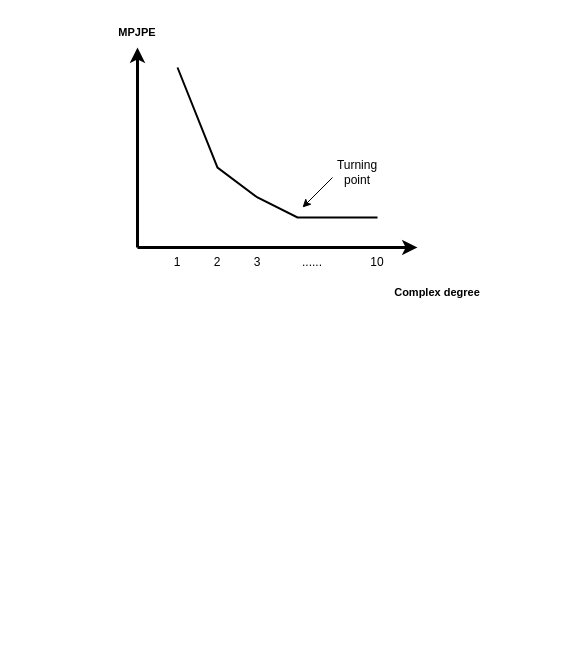
Earlier version of the draw.io diagram complex_degree.drawio (delaprada/draw.io). Source tidied: cells renumbered, new cells numbered last; positions are measured from the earlier drawing's top-left corner, leaving out a move shared by most shapes. Both pictures are drawn from the tidied source at 100%, with x=0, y=0 at pixel (107, 17).
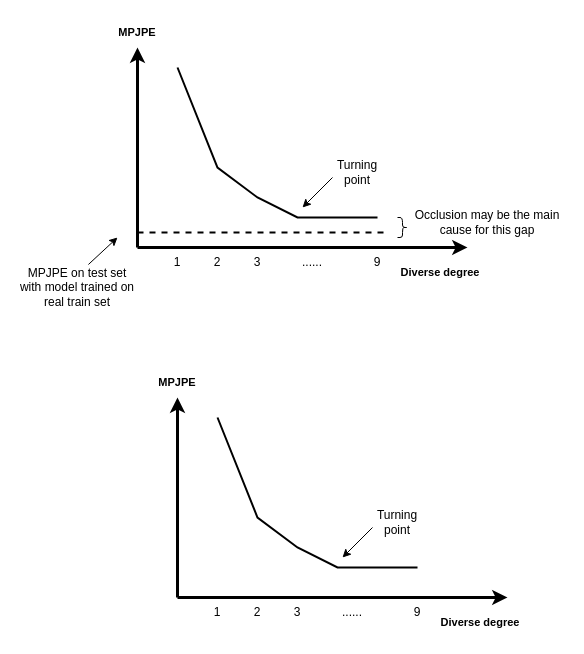
Above is the later version.

Change to the diagram source:
```diff
@@
     <mxCell id="3" style="endArrow=classic;html=1;rounded=0;strokeWidth=3;" parent="1" edge="1">
       <mxGeometry relative="1" as="geometry">
         <mxPoint x="30" y="230" as="sourcePoint" />
-        <mxPoint x="310" y="230" as="targetPoint" />
+        <mxPoint x="360" y="230" as="targetPoint" />
       </mxGeometry>
     </mxCell>
@@
-    <mxCell id="5" value="&lt;span style=&quot;font-size: 11px;&quot;&gt;&lt;b&gt;Complex degree&lt;/b&gt;&lt;/span&gt;" style="text;html=1;strokeColor=none;fillColor=none;align=center;verticalAlign=middle;whiteSpace=wrap;rounded=0;" parent="1" vertex="1">
-      <mxGeometry x="280" y="260" width="100" height="30" as="geometry" />
+    <mxCell id="5" value="&lt;span style=&quot;font-size: 11px;&quot;&gt;&lt;b&gt;Diverse degree&lt;/b&gt;&lt;/span&gt;" style="text;html=1;strokeColor=none;fillColor=none;align=center;verticalAlign=middle;whiteSpace=wrap;rounded=0;" parent="1" vertex="1">
+      <mxGeometry x="283" y="240" width="100" height="30" as="geometry" />
     </mxCell>
@@
-    <mxCell id="11" value="10" style="text;html=1;strokeColor=none;fillColor=none;align=center;verticalAlign=middle;whiteSpace=wrap;rounded=0;" parent="1" vertex="1">
+    <mxCell id="11" value="9" style="text;html=1;strokeColor=none;fillColor=none;align=center;verticalAlign=middle;whiteSpace=wrap;rounded=0;" parent="1" vertex="1">
       <mxGeometry x="260" y="230" width="20" height="30" as="geometry" />
     </mxCell>
@@
+    <mxCell id="14" style="endArrow=none;dashed=1;html=1;rounded=0;strokeWidth=2;" parent="1" edge="1">
+      <mxGeometry relative="1" as="geometry">
+        <mxPoint x="30" y="215" as="sourcePoint" />
+        <mxPoint x="280" y="215" as="targetPoint" />
+      </mxGeometry>
+    </mxCell>
+    <mxCell id="15" style="endArrow=classic;html=1;rounded=0;exitX=0.591;exitY=-0.075;exitDx=0;exitDy=0;exitPerimeter=0;" parent="1" edge="1" source="16">
+      <mxGeometry relative="1" as="geometry">
+        <mxPoint x="10" y="220" as="targetPoint" />
+      </mxGeometry>
+    </mxCell>
+    <mxCell id="16" value="MPJPE on test set with model trained on real train set" style="text;html=1;strokeColor=none;fillColor=none;align=center;verticalAlign=middle;whiteSpace=wrap;rounded=0;" parent="1" vertex="1">
+      <mxGeometry x="-90" y="250" width="120" height="40" as="geometry" />
+    </mxCell>
+    <mxCell id="17" style="shape=curlyBracket;whiteSpace=wrap;html=1;rounded=1;flipH=1;labelPosition=right;verticalLabelPosition=middle;align=left;verticalAlign=middle;" parent="1" vertex="1">
+      <mxGeometry x="290" y="200" width="10" height="20" as="geometry" />
+    </mxCell>
+    <mxCell id="18" value="Occlusion may be the main cause for this gap" style="text;html=1;strokeColor=none;fillColor=none;align=center;verticalAlign=middle;whiteSpace=wrap;rounded=0;" parent="1" vertex="1">
+      <mxGeometry x="300" y="190" width="160" height="30" as="geometry" />
+    </mxCell>
+    <mxCell id="19" style="endArrow=classic;html=1;rounded=0;strokeWidth=3;" parent="1" edge="1">
+      <mxGeometry relative="1" as="geometry">
+        <mxPoint x="70" y="580" as="sourcePoint" />
+        <mxPoint x="70" y="380" as="targetPoint" />
+      </mxGeometry>
+    </mxCell>
+    <mxCell id="20" style="endArrow=classic;html=1;rounded=0;strokeWidth=3;" parent="1" edge="1">
+      <mxGeometry relative="1" as="geometry">
+        <mxPoint x="70" y="580" as="sourcePoint" />
+        <mxPoint x="400" y="580" as="targetPoint" />
+      </mxGeometry>
+    </mxCell>
+    <mxCell id="21" value="&lt;font style=&quot;font-size: 11px;&quot;&gt;&lt;b&gt;MPJPE&lt;/b&gt;&lt;/font&gt;" style="text;html=1;strokeColor=none;fillColor=none;align=center;verticalAlign=middle;whiteSpace=wrap;rounded=0;" parent="1" vertex="1">
+      <mxGeometry x="40" y="350" width="60" height="30" as="geometry" />
+    </mxCell>
+    <mxCell id="22" value="&lt;span style=&quot;font-size: 11px;&quot;&gt;&lt;b&gt;Diverse degree&lt;/b&gt;&lt;/span&gt;" style="text;html=1;strokeColor=none;fillColor=none;align=center;verticalAlign=middle;whiteSpace=wrap;rounded=0;" parent="1" vertex="1">
+      <mxGeometry x="323" y="590" width="100" height="30" as="geometry" />
+    </mxCell>
+    <mxCell id="23" style="endArrow=none;html=1;rounded=0;strokeWidth=2;" parent="1" edge="1">
+      <mxGeometry relative="1" as="geometry">
+        <mxPoint x="310" y="550" as="sourcePoint" />
+        <mxPoint x="110" y="400" as="targetPoint" />
+        <Array as="points">
+          <mxPoint x="230" y="550" />
+          <mxPoint x="190" y="530" />
+          <mxPoint x="150" y="500" />
+        </Array>
+      </mxGeometry>
+    </mxCell>
+    <mxCell id="24" value="1" style="text;html=1;strokeColor=none;fillColor=none;align=center;verticalAlign=middle;whiteSpace=wrap;rounded=0;" parent="1" vertex="1">
+      <mxGeometry x="100" y="580" width="20" height="30" as="geometry" />
+    </mxCell>
+    <mxCell id="25" value="2" style="text;html=1;strokeColor=none;fillColor=none;align=center;verticalAlign=middle;whiteSpace=wrap;rounded=0;" parent="1" vertex="1">
+      <mxGeometry x="140" y="580" width="20" height="30" as="geometry" />
+    </mxCell>
+    <mxCell id="26" value="3" style="text;html=1;strokeColor=none;fillColor=none;align=center;verticalAlign=middle;whiteSpace=wrap;rounded=0;" parent="1" vertex="1">
+      <mxGeometry x="180" y="580" width="20" height="30" as="geometry" />
+    </mxCell>
+    <mxCell id="27" value="......" style="text;html=1;strokeColor=none;fillColor=none;align=center;verticalAlign=middle;whiteSpace=wrap;rounded=0;" parent="1" vertex="1">
+      <mxGeometry x="230" y="580" width="30" height="30" as="geometry" />
+    </mxCell>
+    <mxCell id="28" value="9" style="text;html=1;strokeColor=none;fillColor=none;align=center;verticalAlign=middle;whiteSpace=wrap;rounded=0;" parent="1" vertex="1">
+      <mxGeometry x="300" y="580" width="20" height="30" as="geometry" />
+    </mxCell>
+    <mxCell id="29" style="endArrow=classic;html=1;rounded=0;" parent="1" edge="1">
+      <mxGeometry relative="1" as="geometry">
+        <mxPoint x="265" y="510" as="sourcePoint" />
+        <mxPoint x="235" y="540" as="targetPoint" />
+      </mxGeometry>
+    </mxCell>
+    <mxCell id="30" value="Turning point" style="text;html=1;strokeColor=none;fillColor=none;align=center;verticalAlign=middle;whiteSpace=wrap;rounded=0;" parent="1" vertex="1">
+      <mxGeometry x="260" y="490" width="60" height="30" as="geometry" />
+    </mxCell>
```
